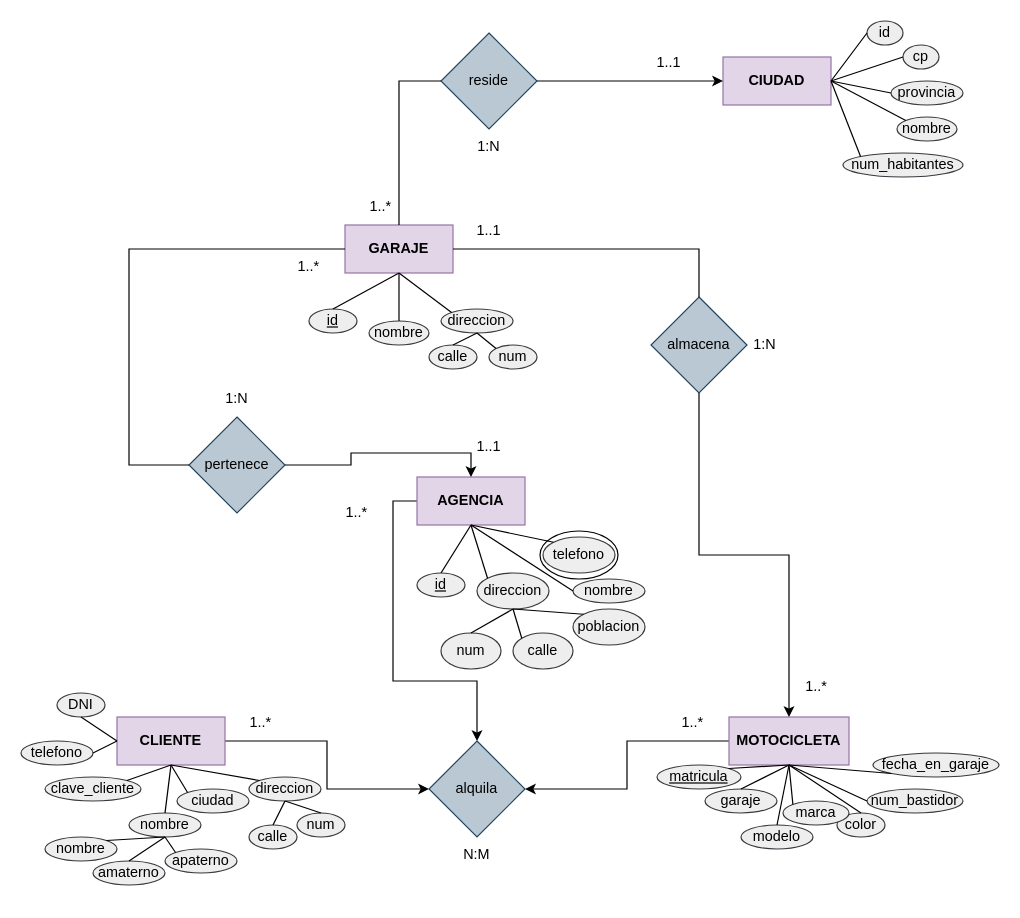
This is diagrama ER motocicletas TBD.drawio from misiomishi/itcj, a draw.io file, before an edit. Source tidied: cells renumbered, new cells numbered last; positions are measured from the earlier drawing's top-left corner, leaving out a move shared by most shapes. Both pictures are drawn from the tidied source at 120%, with x=0, y=0 at pixel (20, 20).
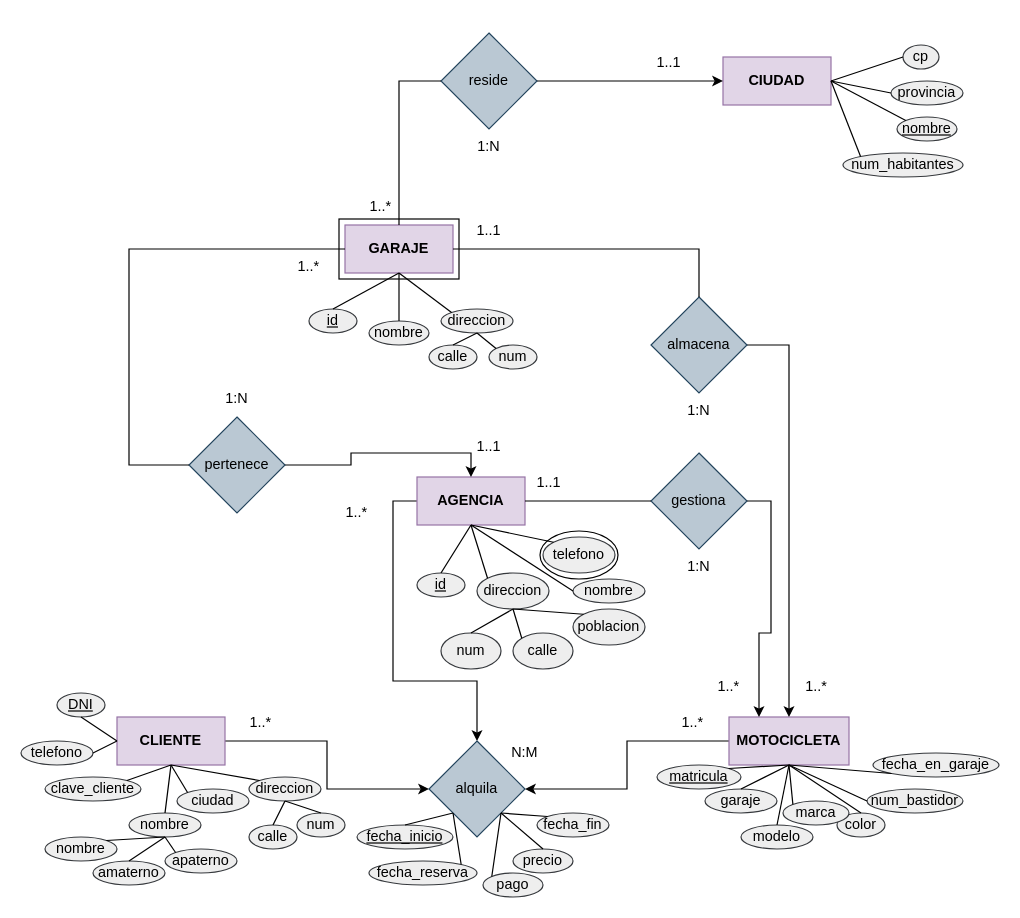
After the change.

Unchanged cells that the change refers to:
```xml
<mxCell id="3" value="AGENCIA" style="rounded=0;whiteSpace=wrap;html=1;fillColor=#e1d5e7;strokeColor=#9673a6;fontStyle=1;" parent="1" vertex="1">
  <mxGeometry x="330" y="380" width="90" height="40" as="geometry" />
</mxCell>
<mxCell id="7" value="CIUDAD" style="rounded=0;whiteSpace=wrap;html=1;fillColor=#e1d5e7;strokeColor=#9673a6;fontStyle=1;" parent="1" vertex="1">
  <mxGeometry x="585" y="30" width="90" height="40" as="geometry" />
</mxCell>
<mxCell id="9" value="MOTOCICLETA" style="rounded=0;whiteSpace=wrap;html=1;fillColor=#e1d5e7;strokeColor=#9673a6;fontStyle=1;" parent="1" vertex="1">
  <mxGeometry x="590" y="580" width="100" height="40" as="geometry" />
</mxCell>
<mxCell id="86" value="almacena" style="rhombus;whiteSpace=wrap;html=1;fillColor=#bac8d3;strokeColor=#23445d;" parent="1" vertex="1">
  <mxGeometry x="525" y="230" width="80" height="80" as="geometry" />
</mxCell>
<mxCell id="87" value="alquila" style="rhombus;whiteSpace=wrap;html=1;fillColor=#bac8d3;strokeColor=#23445d;" parent="1" vertex="1">
  <mxGeometry x="340" y="600" width="80" height="80" as="geometry" />
</mxCell>
```

Diff of the diagram source:
```diff
@@
-    <mxCell id="35" value="id" style="ellipse;whiteSpace=wrap;html=1;fillColor=#eeeeee;strokeColor=#36393d;" parent="1" vertex="1">
-      <mxGeometry x="705" width="30" height="20" as="geometry" />
-    </mxCell>
-    <mxCell id="36" value="nombre" style="ellipse;whiteSpace=wrap;html=1;fillColor=#eeeeee;strokeColor=#36393d;" parent="1" vertex="1">
+    <mxCell id="36" value="nombre" style="ellipse;whiteSpace=wrap;html=1;fillColor=#eeeeee;strokeColor=#36393d;fontStyle=4;" parent="1" vertex="1">
       <mxGeometry x="730" y="80" width="50" height="20" as="geometry" />
     </mxCell>
@@
-    <mxCell id="40" style="endArrow=none;html=1;rounded=0;exitX=1;exitY=0.5;exitDx=0;exitDy=0;entryX=0;entryY=0.5;entryDx=0;entryDy=0;" parent="1" edge="1" source="7" target="35">
-      <mxGeometry relative="1" as="geometry" />
-    </mxCell>
@@
-    <mxCell id="55" value="DNI" style="ellipse;whiteSpace=wrap;html=1;fillColor=#eeeeee;strokeColor=#36393d;" parent="1" vertex="1">
+    <mxCell id="55" value="DNI" style="ellipse;whiteSpace=wrap;html=1;fillColor=#eeeeee;strokeColor=#36393d;fontStyle=4;" parent="1" vertex="1">
       <mxGeometry x="30" y="560" width="40" height="20" as="geometry" />
     </mxCell>
@@
-    <mxCell id="85" style="edgeStyle=orthogonalEdgeStyle;rounded=0;jettySize=auto;html=1;exitX=0.5;exitY=1;exitDx=0;exitDy=0;entryX=0.5;entryY=0;entryDx=0;entryDy=0;" parent="1" edge="1" source="86" target="9">
-      <mxGeometry relative="1" as="geometry" />
+    <mxCell id="85" style="edgeStyle=orthogonalEdgeStyle;rounded=0;jettySize=auto;html=1;entryX=0.5;entryY=0;entryDx=0;entryDy=0;exitX=1;exitY=0.5;exitDx=0;exitDy=0;" parent="1" edge="1" source="86" target="9">
+      <mxGeometry relative="1" as="geometry">
+        <Array as="points">
+          <mxPoint x="640" y="270" />
+        </Array>
+      </mxGeometry>
     </mxCell>
@@
     <mxCell id="100" value="1:N" style="text;html=1;strokeColor=none;fillColor=none;align=center;verticalAlign=middle;whiteSpace=wrap;rounded=0;" parent="1" vertex="1">
-      <mxGeometry x="590" y="255" width="60" height="30" as="geometry" />
+      <mxGeometry x="535" y="310" width="60" height="30" as="geometry" />
     </mxCell>
@@
     <mxCell id="103" value="N:M" style="text;html=1;strokeColor=none;fillColor=none;align=center;verticalAlign=middle;whiteSpace=wrap;rounded=0;" parent="1" vertex="1">
-      <mxGeometry x="350" y="680" width="60" height="30" as="geometry" />
+      <mxGeometry x="390" y="595" width="60" height="30" as="geometry" />
     </mxCell>
+    <mxCell id="104" style="rounded=0;whiteSpace=wrap;html=1;fillColor=none;fontStyle=1;" parent="1" vertex="1">
+      <mxGeometry x="265" y="165" width="100" height="50" as="geometry" />
+    </mxCell>
+    <mxCell id="105" style="edgeStyle=orthogonalEdgeStyle;rounded=0;jettySize=auto;html=1;exitX=1;exitY=0.5;exitDx=0;exitDy=0;entryX=0.25;entryY=0;entryDx=0;entryDy=0;" parent="1" edge="1" source="106" target="9">
+      <mxGeometry relative="1" as="geometry" />
+    </mxCell>
+    <mxCell id="106" value="gestiona" style="rhombus;whiteSpace=wrap;html=1;fillColor=#bac8d3;strokeColor=#23445d;" parent="1" vertex="1">
+      <mxGeometry x="525" y="360" width="80" height="80" as="geometry" />
+    </mxCell>
+    <mxCell id="107" style="endArrow=none;html=1;rounded=0;entryX=0;entryY=0.5;entryDx=0;entryDy=0;exitX=1;exitY=0.5;exitDx=0;exitDy=0;" parent="1" edge="1" source="3" target="106">
+      <mxGeometry relative="1" as="geometry" />
+    </mxCell>
+    <mxCell id="108" value="1:N" style="text;html=1;strokeColor=none;fillColor=none;align=center;verticalAlign=middle;whiteSpace=wrap;rounded=0;" parent="1" vertex="1">
+      <mxGeometry x="535" y="440" width="60" height="30" as="geometry" />
+    </mxCell>
+    <mxCell id="109" value="1..*" style="text;html=1;strokeColor=none;fillColor=none;align=center;verticalAlign=middle;whiteSpace=wrap;rounded=0;" parent="1" vertex="1">
+      <mxGeometry x="560" y="540" width="60" height="30" as="geometry" />
+    </mxCell>
+    <mxCell id="110" value="1..1" style="text;html=1;strokeColor=none;fillColor=none;align=center;verticalAlign=middle;whiteSpace=wrap;rounded=0;" parent="1" vertex="1">
+      <mxGeometry x="410" y="370" width="60" height="30" as="geometry" />
+    </mxCell>
+    <mxCell id="111" value="fecha_inicio" style="ellipse;whiteSpace=wrap;html=1;fillColor=#eeeeee;strokeColor=#36393d;fontStyle=4;" parent="1" vertex="1">
+      <mxGeometry x="280" y="670" width="80" height="20" as="geometry" />
+    </mxCell>
+    <mxCell id="112" value="precio" style="ellipse;whiteSpace=wrap;html=1;fillColor=#eeeeee;strokeColor=#36393d;" parent="1" vertex="1">
+      <mxGeometry x="410" y="690" width="50" height="20" as="geometry" />
+    </mxCell>
+    <mxCell id="113" value="fecha_fin" style="ellipse;whiteSpace=wrap;html=1;fillColor=#eeeeee;strokeColor=#36393d;" parent="1" vertex="1">
+      <mxGeometry x="430" y="660" width="60" height="20" as="geometry" />
+    </mxCell>
+    <mxCell id="114" value="pago" style="ellipse;whiteSpace=wrap;html=1;fillColor=#eeeeee;strokeColor=#36393d;" parent="1" vertex="1">
+      <mxGeometry x="385" y="710" width="50" height="20" as="geometry" />
+    </mxCell>
+    <mxCell id="115" value="fecha_reserva" style="ellipse;whiteSpace=wrap;html=1;fillColor=#eeeeee;strokeColor=#36393d;" parent="1" vertex="1">
+      <mxGeometry x="290" y="700" width="90" height="20" as="geometry" />
+    </mxCell>
+    <mxCell id="116" style="endArrow=none;html=1;rounded=0;entryX=0;entryY=1;entryDx=0;entryDy=0;exitX=0.5;exitY=0;exitDx=0;exitDy=0;" parent="1" edge="1" source="111" target="87">
+      <mxGeometry relative="1" as="geometry" />
+    </mxCell>
+    <mxCell id="117" style="endArrow=none;html=1;rounded=0;entryX=0;entryY=1;entryDx=0;entryDy=0;exitX=1;exitY=0;exitDx=0;exitDy=0;" parent="1" edge="1" source="115" target="87">
+      <mxGeometry relative="1" as="geometry" />
+    </mxCell>
+    <mxCell id="118" style="endArrow=none;html=1;rounded=0;entryX=1;entryY=1;entryDx=0;entryDy=0;exitX=0;exitY=0;exitDx=0;exitDy=0;" parent="1" edge="1" source="114" target="87">
+      <mxGeometry relative="1" as="geometry" />
+    </mxCell>
+    <mxCell id="119" style="endArrow=none;html=1;rounded=0;entryX=1;entryY=1;entryDx=0;entryDy=0;exitX=0.5;exitY=0;exitDx=0;exitDy=0;" parent="1" edge="1" source="112" target="87">
+      <mxGeometry relative="1" as="geometry" />
+    </mxCell>
+    <mxCell id="120" style="endArrow=none;html=1;rounded=0;entryX=1;entryY=1;entryDx=0;entryDy=0;exitX=0;exitY=0;exitDx=0;exitDy=0;" parent="1" edge="1" source="113" target="87">
+      <mxGeometry relative="1" as="geometry" />
+    </mxCell>
```
